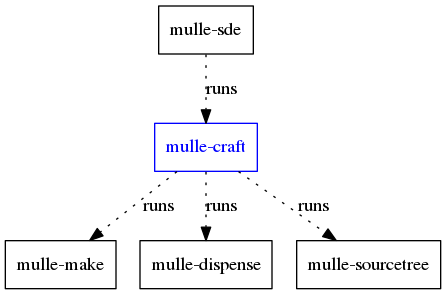
The Graphviz diagram dox/mulle-sde-overview.png in mulle-sde/mulle-craft, before a commit. Its source is kept beside it as dox/mulle-sde-overview.dot. The source it was exported from:
```dot
digraph G {
    graph [rankdir = TD];

    node[shape=record];

    "mulle-sde" -> "mulle-craft"         [ label="runs", style="dotted"]
    "mulle-craft" -> "mulle-make"        [ label="runs", style="dotted"]
    "mulle-craft" -> "mulle-dispense"    [ label="runs", style="dotted"]
    "mulle-craft" -> "mulle-sourcetree"  [ label="runs", style="dotted"]
    "mulle-craft"                        [ color="blue", fontcolor="blue"]
}
```
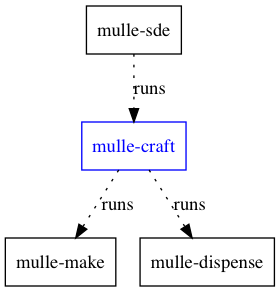
Later version of the same file.

Commit message:
* use r_ functions of mulle-bashfunctions 1.8.0

What changed in the source:
```diff
@@ -6,6 +6,5 @@
     "mulle-sde" -> "mulle-craft"         [ label="runs", style="dotted"]
     "mulle-craft" -> "mulle-make"        [ label="runs", style="dotted"]
     "mulle-craft" -> "mulle-dispense"    [ label="runs", style="dotted"]
-    "mulle-craft" -> "mulle-sourcetree"  [ label="runs", style="dotted"]
     "mulle-craft"                        [ color="blue", fontcolor="blue"]
 }
```
